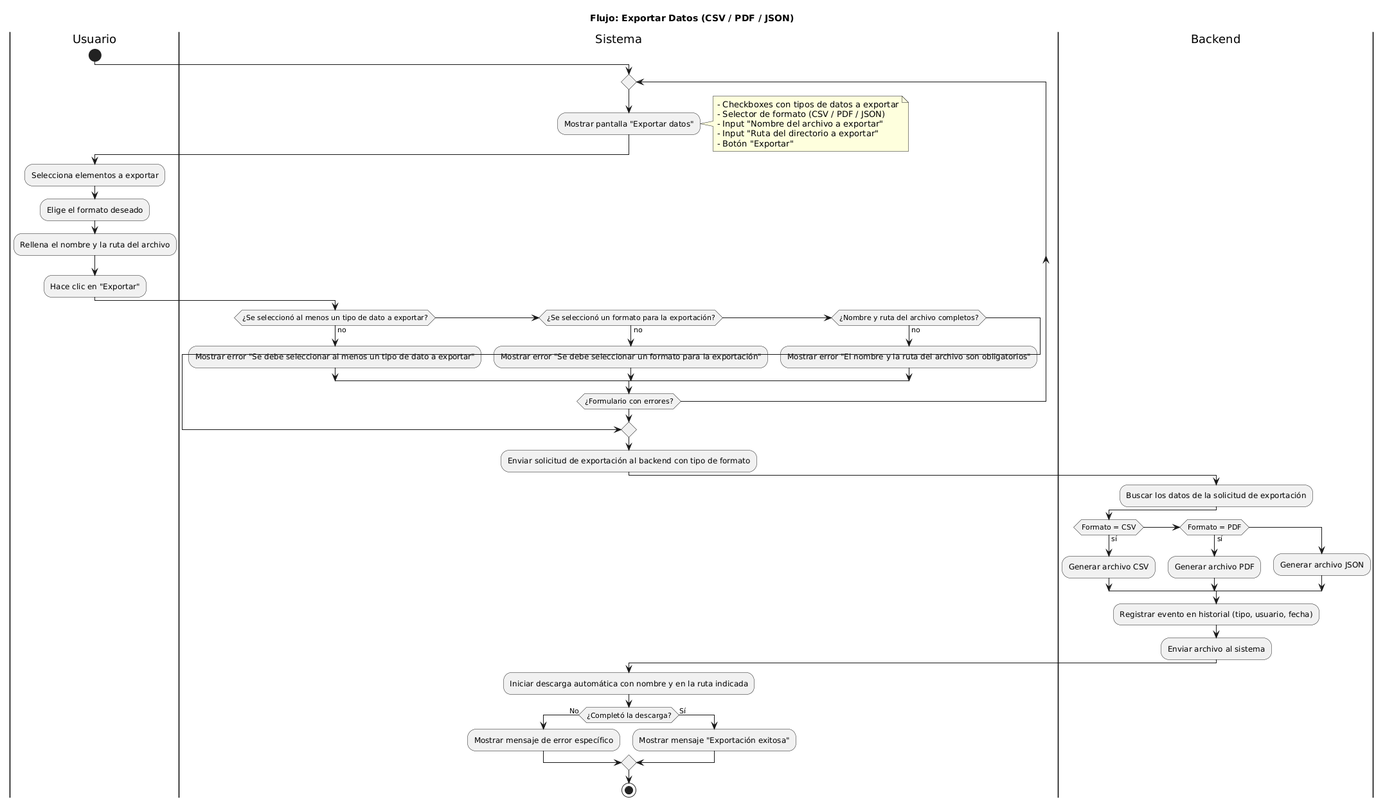
Before: docs/04-diagramas/01-diagrama-de-actividades/actividad-flujo-3-exportar-datos.png, a diagram exported from PlantUML (fioremos/simulador-planificacion-financiera). The source it was exported from:
```plantuml
@startuml
title Flujo: Exportar Datos (CSV / PDF / JSON)

|Usuario|
start

|Sistema|
  repeat
  :Mostrar pantalla "Exportar datos";
    note right
      - Checkboxes con tipos de datos a exportar
      - Selector de formato (CSV / PDF / JSON)
      - Input "Nombre del archivo a exportar"
      - Input "Ruta del directorio a exportar"
      - Botón "Exportar"
    end note

  |Usuario|
  :Selecciona elementos a exportar;
  :Elige el formato deseado;
  :Rellena el nombre y la ruta del archivo;
  :Hace clic en "Exportar";

  |Sistema|
    if (¿Se seleccionó al menos un tipo de dato a exportar?) then (no)
      :Mostrar error "Se debe seleccionar al menos un tipo de dato a exportar";
    elseif (¿Se seleccionó un formato para la exportación?) then (no)
      :Mostrar error "Se debe seleccionar un formato para la exportación";
    elseif (¿Nombre y ruta del archivo completos?) then (no)
      :Mostrar error "El nombre y la ruta del archivo son obligatorios";
    else
      break
    endif

  repeat while (¿Formulario con errores?)
  :Enviar solicitud de exportación al backend con tipo de formato;

|Backend|
:Buscar los datos de la solicitud de exportación;

if (Formato = CSV) then (sí)
  :Generar archivo CSV;
elseif (Formato = PDF) then (sí)
  :Generar archivo PDF;
else
  :Generar archivo JSON;
endif

:Registrar evento en historial (tipo, usuario, fecha);
:Enviar archivo al sistema;

|Sistema|
:Iniciar descarga automática con nombre y en la ruta indicada;

if (¿Completó la descarga?) then (No)
  :Mostrar mensaje de error específico;
else (Sí)
  :Mostrar mensaje "Exportación exitosa";
endif

stop
@enduml
```
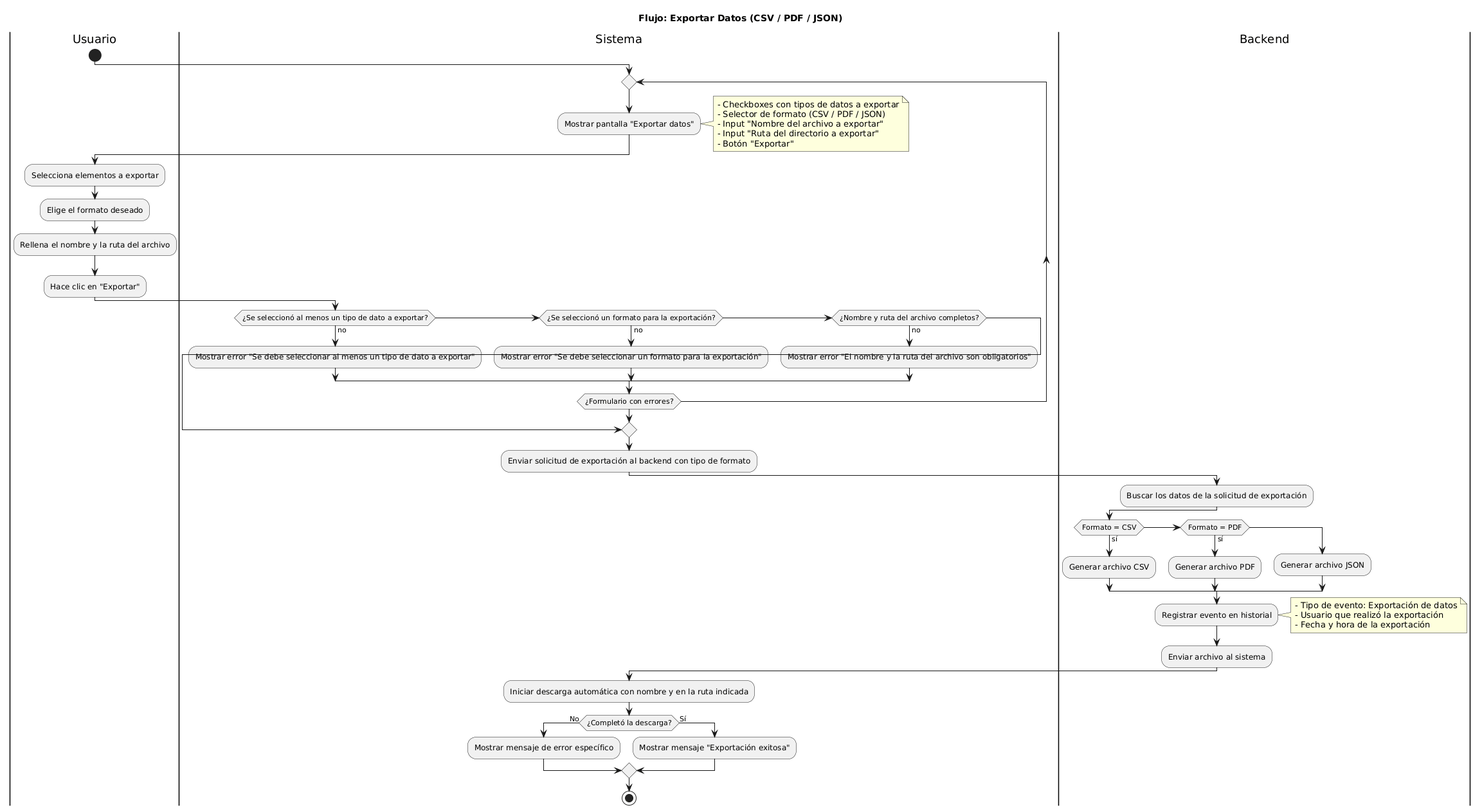
Later version of the same file.

Change to the diagram source:
```diff
@@ -46,7 +46,12 @@
   :Generar archivo JSON;
 endif
 
-:Registrar evento en historial (tipo, usuario, fecha);
+:Registrar evento en historial;
+ note right
+  - Tipo de evento: Exportación de datos
+  - Usuario que realizó la exportación
+  - Fecha y hora de la exportación
+end note
 :Enviar archivo al sistema;
 
 |Sistema|
```
